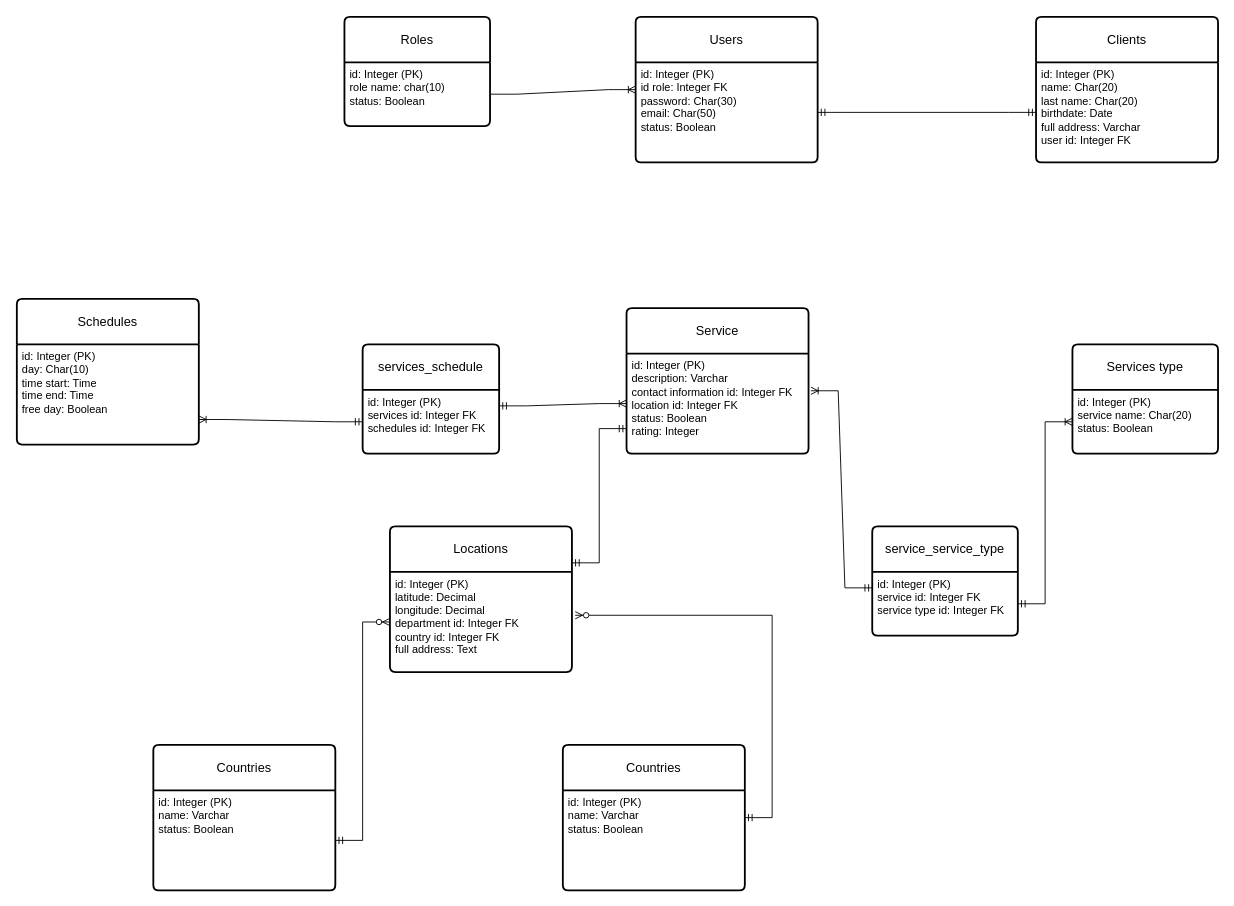
Before: caminoDiagrams/Diagrama fisico.drawio in DrDaxter/diagrams, a draw.io diagram. Source tidied: cells renumbered, new cells numbered last; positions are measured from the earlier drawing's top-left corner, leaving out a move shared by most shapes. Both pictures are drawn from the tidied source at 91%, with x=0, y=0 at pixel (16, 16).
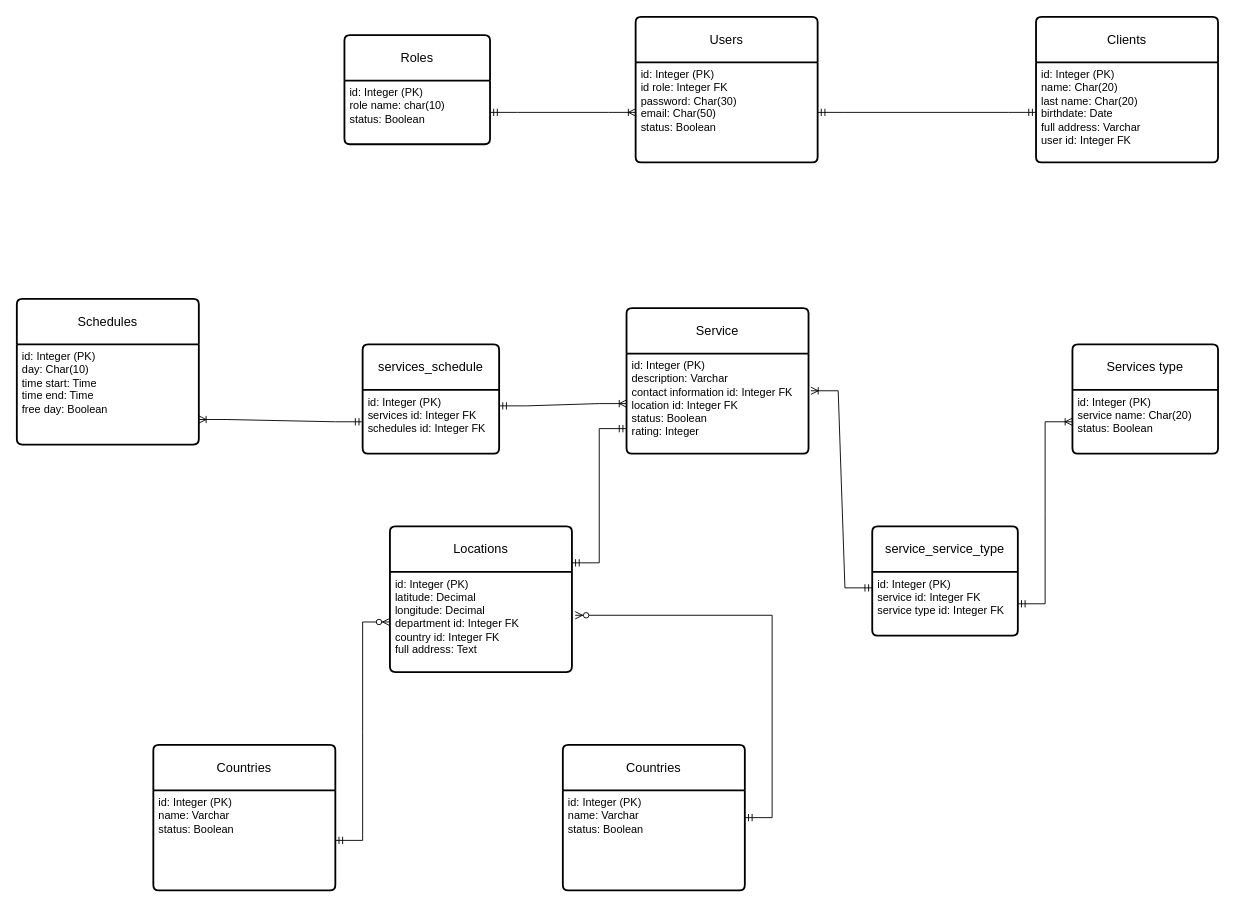
The same page after the edit.

The change refers to these unchanged cells:
```xml
<mxCell id="25" value="Users" style="swimlane;horizontal=1;startSize=50;rounded=1;fontSize=14;fontStyle=0;strokeWidth=2;shadow=0;dashed=0;align=center;arcSize=4;whiteSpace=wrap;html=1;" parent="1" vertex="1">
  <mxGeometry x="680" width="200" height="160" as="geometry" />
</mxCell>
<mxCell id="26" value="id: Integer (PK)&lt;br&gt;id role: Integer FK&lt;br&gt;password: Char(30)&lt;br&gt;email: Char(50)&lt;br&gt;status: Boolean" style="align=left;strokeColor=none;fillColor=none;spacingLeft=4;fontSize=12;verticalAlign=top;html=1;" parent="25" vertex="1">
  <mxGeometry y="50" width="200" height="110" as="geometry" />
</mxCell>
<mxCell id="31" value="id: Integer (PK)&lt;br&gt;role name: char(10)&lt;br&gt;status: Boolean" style="align=left;strokeColor=none;fillColor=none;spacingLeft=4;fontSize=12;verticalAlign=top;html=1;" parent="30" vertex="1">
  <mxGeometry y="50" width="160" height="70" as="geometry" />
</mxCell>
```

Change to the diagram source:
```diff
@@
     <mxCell id="30" value="Roles" style="swimlane;horizontal=1;startSize=50;rounded=1;fontSize=14;fontStyle=0;strokeWidth=2;shadow=0;dashed=0;align=center;arcSize=4;whiteSpace=wrap;html=1;" parent="1" vertex="1">
-      <mxGeometry x="360" width="160" height="120" as="geometry" />
+      <mxGeometry x="360" y="20" width="160" height="120" as="geometry" />
     </mxCell>
@@
-    <mxCell id="32" style="edgeStyle=entityRelationEdgeStyle;fontSize=12;html=1;endArrow=ERoneToMany;rounded=0;exitX=1;exitY=0.5;exitDx=0;exitDy=0;entryX=0;entryY=0.5;entryDx=0;entryDy=0;" parent="1" edge="1" source="31" target="25">
-      <mxGeometry relative="1" as="geometry" />
-    </mxCell>
+    <mxCell id="33" style="edgeStyle=entityRelationEdgeStyle;fontSize=12;html=1;endArrow=ERoneToMany;startArrow=ERmandOne;rounded=0;entryX=0;entryY=0.5;entryDx=0;entryDy=0;exitX=1;exitY=0.5;exitDx=0;exitDy=0;" parent="1" edge="1" source="31" target="26">
+      <mxGeometry relative="1" as="geometry" />
+    </mxCell>
```
